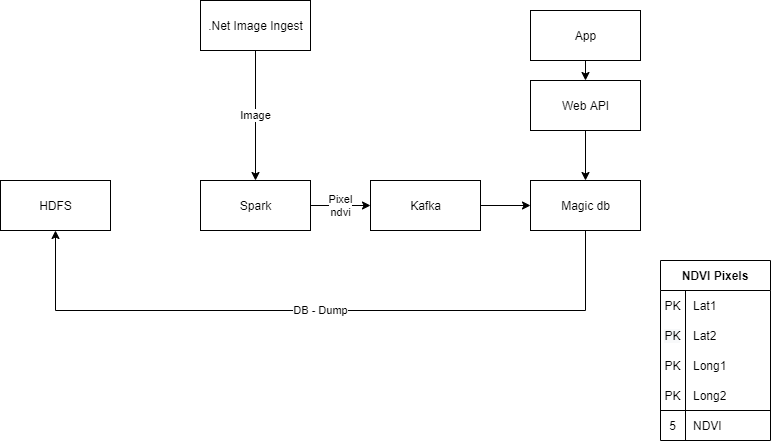
Above: Documentation/Images/Initial_Plan_Diagram.png in Hounsvad/Sem7Project (draw.io), before the change. Source tidied: cells renumbered, new cells last; positions are measured from the earlier drawing's top-left corner, leaving out a move shared by most shapes. Its diagram source:
```xml
<mxGraphModel background="#ffffff">
  <root>
    <mxCell id="0" />
    <mxCell id="1" parent="0" />
    <mxCell id="2" value="Image" style="edgeStyle=orthogonalEdgeStyle;rounded=0;jettySize=auto;html=1;exitX=0.5;exitY=1;exitDx=0;exitDy=0;entryX=0.5;entryY=0;entryDx=0;entryDy=0;" parent="1" edge="1" source="3" target="6">
      <mxGeometry relative="1" as="geometry" />
    </mxCell>
    <mxCell id="3" value=".Net Image Ingest" style="html=1;" parent="1" vertex="1">
      <mxGeometry x="200" width="110" height="50" as="geometry" />
    </mxCell>
    <mxCell id="4" value="HDFS" style="html=1;" parent="1" vertex="1">
      <mxGeometry y="180" width="110" height="50" as="geometry" />
    </mxCell>
    <mxCell id="5" value="Pixel&lt;br&gt;ndvi" style="edgeStyle=orthogonalEdgeStyle;rounded=0;jettySize=auto;html=1;exitX=1;exitY=0.5;exitDx=0;exitDy=0;entryX=0;entryY=0.5;entryDx=0;entryDy=0;" parent="1" edge="1" source="6" target="14">
      <mxGeometry relative="1" as="geometry" />
    </mxCell>
    <mxCell id="6" value="Spark" style="html=1;" parent="1" vertex="1">
      <mxGeometry x="200" y="180" width="110" height="50" as="geometry" />
    </mxCell>
    <mxCell id="7" value="DB - Dump" style="edgeStyle=orthogonalEdgeStyle;rounded=0;jettySize=auto;html=1;exitX=0.5;exitY=1;exitDx=0;exitDy=0;entryX=0.5;entryY=1;entryDx=0;entryDy=0;" parent="1" edge="1" source="8" target="4">
      <mxGeometry relative="1" as="geometry">
        <Array as="points">
          <mxPoint x="585" y="310" />
          <mxPoint x="55" y="310" />
        </Array>
      </mxGeometry>
    </mxCell>
    <mxCell id="8" value="Magic db" style="html=1;" parent="1" vertex="1">
      <mxGeometry x="530" y="180" width="110" height="50" as="geometry" />
    </mxCell>
    <mxCell id="9" style="edgeStyle=orthogonalEdgeStyle;rounded=0;jettySize=auto;html=1;exitX=0.5;exitY=1;exitDx=0;exitDy=0;entryX=0.5;entryY=0;entryDx=0;entryDy=0;" parent="1" edge="1" source="10" target="8">
      <mxGeometry relative="1" as="geometry" />
    </mxCell>
    <mxCell id="10" value="Web API" style="html=1;" parent="1" vertex="1">
      <mxGeometry x="530" y="80" width="110" height="50" as="geometry" />
    </mxCell>
    <mxCell id="11" style="edgeStyle=orthogonalEdgeStyle;rounded=0;jettySize=auto;html=1;exitX=0.5;exitY=1;exitDx=0;exitDy=0;entryX=0.5;entryY=0;entryDx=0;entryDy=0;" parent="1" edge="1" source="12" target="10">
      <mxGeometry relative="1" as="geometry" />
    </mxCell>
    <mxCell id="12" value="App" style="html=1;" parent="1" vertex="1">
      <mxGeometry x="530" y="10" width="110" height="50" as="geometry" />
    </mxCell>
    <mxCell id="13" style="edgeStyle=orthogonalEdgeStyle;rounded=0;jettySize=auto;html=1;exitX=1;exitY=0.5;exitDx=0;exitDy=0;entryX=0;entryY=0.5;entryDx=0;entryDy=0;" parent="1" edge="1" source="14" target="8">
      <mxGeometry relative="1" as="geometry" />
    </mxCell>
    <mxCell id="14" value="Kafka" style="html=1;" parent="1" vertex="1">
      <mxGeometry x="370" y="180" width="110" height="50" as="geometry" />
    </mxCell>
    <mxCell id="15" value="NDVI Pixels" style="shape=table;html=1;whiteSpace=wrap;startSize=30;rowLines=0;fontStyle=1;align=center;" parent="1" vertex="1">
      <mxGeometry x="660" y="260" width="110" height="180" as="geometry" />
    </mxCell>
    <mxCell id="16" style="shape=partialRectangle;html=1;whiteSpace=wrap;fillColor=none;top=0;left=0;bottom=1;right=0;strokeColor=none;" parent="15" vertex="1">
      <mxGeometry y="30" width="110" height="30" as="geometry" />
    </mxCell>
    <mxCell id="17" value="PK" style="shape=partialRectangle;html=1;whiteSpace=wrap;fillColor=none;top=0;left=0;bottom=0;right=0;overflow=hidden;" parent="16" vertex="1">
      <mxGeometry width="25" height="30" as="geometry" />
    </mxCell>
    <mxCell id="18" value="Lat1" style="shape=partialRectangle;html=1;whiteSpace=wrap;fillColor=none;top=0;left=0;bottom=0;right=0;align=left;spacingLeft=6;overflow=hidden;" parent="16" vertex="1">
      <mxGeometry x="25" width="85" height="30" as="geometry" />
    </mxCell>
    <mxCell id="19" style="shape=partialRectangle;html=1;whiteSpace=wrap;fillColor=none;top=0;left=0;bottom=0;right=0;" parent="15" vertex="1">
      <mxGeometry y="60" width="110" height="30" as="geometry" />
    </mxCell>
    <mxCell id="20" value="&lt;span style=&quot;color: rgb(0 , 0 , 0) ; font-family: &amp;#34;helvetica&amp;#34; ; font-size: 12px ; font-style: normal ; font-weight: 400 ; letter-spacing: normal ; text-align: center ; text-indent: 0px ; text-transform: none ; word-spacing: 0px ; background-color: rgb(248 , 249 , 250) ; display: inline ; float: none&quot;&gt;PK&lt;/span&gt;&lt;br&gt;" style="shape=partialRectangle;html=1;whiteSpace=wrap;fillColor=none;top=0;left=0;bottom=0;right=0;overflow=hidden;" parent="19" vertex="1">
      <mxGeometry width="25" height="30" as="geometry" />
    </mxCell>
    <mxCell id="21" value="Lat2" style="shape=partialRectangle;html=1;whiteSpace=wrap;fillColor=none;top=0;left=0;bottom=0;right=0;align=left;spacingLeft=6;overflow=hidden;" parent="19" vertex="1">
      <mxGeometry x="25" width="85" height="30" as="geometry" />
    </mxCell>
    <mxCell id="22" style="shape=partialRectangle;html=1;whiteSpace=wrap;fillColor=none;top=0;left=0;bottom=0;right=0;" parent="15" vertex="1">
      <mxGeometry y="90" width="110" height="30" as="geometry" />
    </mxCell>
    <mxCell id="23" value="PK" style="shape=partialRectangle;html=1;whiteSpace=wrap;fillColor=none;top=0;left=0;bottom=0;right=0;overflow=hidden;" parent="22" vertex="1">
      <mxGeometry width="25" height="30" as="geometry" />
    </mxCell>
    <mxCell id="24" value="Long1" style="shape=partialRectangle;html=1;whiteSpace=wrap;fillColor=none;top=0;left=0;bottom=0;right=0;align=left;spacingLeft=6;overflow=hidden;" parent="22" vertex="1">
      <mxGeometry x="25" width="85" height="30" as="geometry" />
    </mxCell>
    <mxCell id="25" style="shape=partialRectangle;html=1;whiteSpace=wrap;fillColor=none;top=0;left=0;bottom=0;right=0;" parent="15" vertex="1">
      <mxGeometry y="120" width="110" height="30" as="geometry" />
    </mxCell>
    <mxCell id="26" value="PK" style="shape=partialRectangle;html=1;whiteSpace=wrap;fillColor=none;top=0;left=0;bottom=0;right=0;overflow=hidden;" parent="25" vertex="1">
      <mxGeometry width="25" height="30" as="geometry" />
    </mxCell>
    <mxCell id="27" value="Long2" style="shape=partialRectangle;html=1;whiteSpace=wrap;fillColor=none;top=0;left=0;bottom=0;right=0;align=left;spacingLeft=6;overflow=hidden;" parent="25" vertex="1">
      <mxGeometry x="25" width="85" height="30" as="geometry" />
    </mxCell>
    <mxCell id="28" style="shape=partialRectangle;html=1;whiteSpace=wrap;fillColor=none;top=1;left=0;bottom=0;right=0;" parent="15" vertex="1">
      <mxGeometry y="150" width="110" height="30" as="geometry" />
    </mxCell>
    <mxCell id="29" value="5" style="shape=partialRectangle;html=1;whiteSpace=wrap;fillColor=none;top=0;left=0;bottom=0;right=0;overflow=hidden;" parent="28" vertex="1">
      <mxGeometry width="25" height="30" as="geometry" />
    </mxCell>
    <mxCell id="30" value="NDVI" style="shape=partialRectangle;html=1;whiteSpace=wrap;fillColor=none;top=0;left=0;bottom=0;right=0;align=left;spacingLeft=6;overflow=hidden;" parent="28" vertex="1">
      <mxGeometry x="25" width="85" height="30" as="geometry" />
    </mxCell>
  </root>
</mxGraphModel>
```
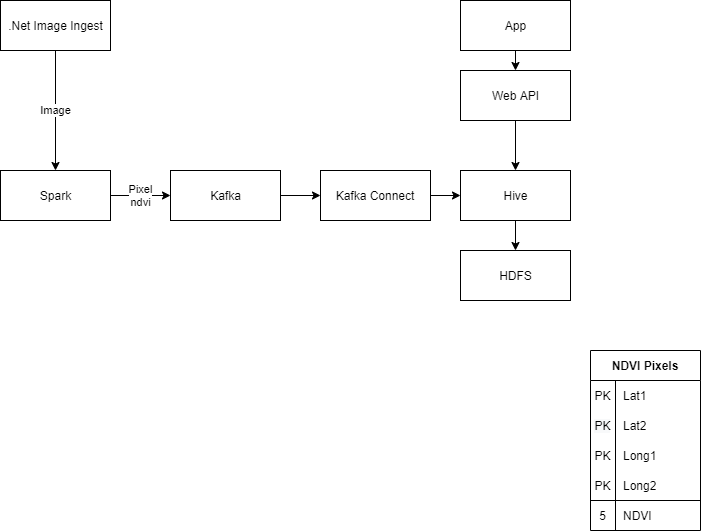
Above is the later version.

Commit message:
Updated diagram, Created ImageProcessor Interface method

Change to the diagram source:
```diff
@@ -6,26 +6,18 @@
       <mxGeometry relative="1" as="geometry" />
     </mxCell>
     <mxCell id="3" value=".Net Image Ingest" style="html=1;" parent="1" vertex="1">
-      <mxGeometry x="200" width="110" height="50" as="geometry" />
+      <mxGeometry x="70" y="10" width="110" height="50" as="geometry" />
     </mxCell>
     <mxCell id="4" value="HDFS" style="html=1;" parent="1" vertex="1">
-      <mxGeometry y="180" width="110" height="50" as="geometry" />
+      <mxGeometry x="530" y="260" width="110" height="50" as="geometry" />
     </mxCell>
     <mxCell id="5" value="Pixel&lt;br&gt;ndvi" style="edgeStyle=orthogonalEdgeStyle;rounded=0;jettySize=auto;html=1;exitX=1;exitY=0.5;exitDx=0;exitDy=0;entryX=0;entryY=0.5;entryDx=0;entryDy=0;" parent="1" edge="1" source="6" target="14">
       <mxGeometry relative="1" as="geometry" />
     </mxCell>
     <mxCell id="6" value="Spark" style="html=1;" parent="1" vertex="1">
-      <mxGeometry x="200" y="180" width="110" height="50" as="geometry" />
+      <mxGeometry x="70" y="180" width="110" height="50" as="geometry" />
     </mxCell>
-    <mxCell id="7" value="DB - Dump" style="edgeStyle=orthogonalEdgeStyle;rounded=0;jettySize=auto;html=1;exitX=0.5;exitY=1;exitDx=0;exitDy=0;entryX=0.5;entryY=1;entryDx=0;entryDy=0;" parent="1" edge="1" source="8" target="4">
-      <mxGeometry relative="1" as="geometry">
-        <Array as="points">
-          <mxPoint x="585" y="310" />
-          <mxPoint x="55" y="310" />
-        </Array>
-      </mxGeometry>
-    </mxCell>
-    <mxCell id="8" value="Magic db" style="html=1;" parent="1" vertex="1">
+    <mxCell id="8" value="Hive" style="html=1;" parent="1" vertex="1">
       <mxGeometry x="530" y="180" width="110" height="50" as="geometry" />
     </mxCell>
     <mxCell id="9" style="edgeStyle=orthogonalEdgeStyle;rounded=0;jettySize=auto;html=1;exitX=0.5;exitY=1;exitDx=0;exitDy=0;entryX=0.5;entryY=0;entryDx=0;entryDy=0;" parent="1" edge="1" source="10" target="8">
@@ -40,14 +32,14 @@
     <mxCell id="12" value="App" style="html=1;" parent="1" vertex="1">
       <mxGeometry x="530" y="10" width="110" height="50" as="geometry" />
     </mxCell>
-    <mxCell id="13" style="edgeStyle=orthogonalEdgeStyle;rounded=0;jettySize=auto;html=1;exitX=1;exitY=0.5;exitDx=0;exitDy=0;entryX=0;entryY=0.5;entryDx=0;entryDy=0;" parent="1" edge="1" source="14" target="8">
-      <mxGeometry relative="1" as="geometry" />
-    </mxCell>
+    <mxCell id="31" style="edgeStyle=orthogonalEdgeStyle;rounded=0;jettySize=auto;html=1;exitX=1;exitY=0.5;exitDx=0;exitDy=0;entryX=0;entryY=0.5;entryDx=0;entryDy=0;" parent="1" edge="1" source="14" target="33">
+      <mxGeometry relative="1" as="geometry" />
+    </mxCell>
     <mxCell id="14" value="Kafka" style="html=1;" parent="1" vertex="1">
-      <mxGeometry x="370" y="180" width="110" height="50" as="geometry" />
+      <mxGeometry x="240" y="180" width="110" height="50" as="geometry" />
     </mxCell>
     <mxCell id="15" value="NDVI Pixels" style="shape=table;html=1;whiteSpace=wrap;startSize=30;rowLines=0;fontStyle=1;align=center;" parent="1" vertex="1">
-      <mxGeometry x="660" y="260" width="110" height="180" as="geometry" />
+      <mxGeometry x="660" y="360" width="110" height="180" as="geometry" />
     </mxCell>
     <mxCell id="16" style="shape=partialRectangle;html=1;whiteSpace=wrap;fillColor=none;top=0;left=0;bottom=1;right=0;strokeColor=none;" parent="15" vertex="1">
       <mxGeometry y="30" width="110" height="30" as="geometry" />
@@ -94,5 +86,14 @@
     <mxCell id="30" value="NDVI" style="shape=partialRectangle;html=1;whiteSpace=wrap;fillColor=none;top=0;left=0;bottom=0;right=0;align=left;spacingLeft=6;overflow=hidden;" parent="28" vertex="1">
       <mxGeometry x="25" width="85" height="30" as="geometry" />
     </mxCell>
+    <mxCell id="7" style="endArrow=classic;html=1;exitX=0.5;exitY=1;exitDx=0;exitDy=0;" parent="1" edge="1" source="8" target="4">
+      <mxGeometry relative="1" as="geometry" />
+    </mxCell>
+    <mxCell id="32" style="edgeStyle=orthogonalEdgeStyle;rounded=0;jettySize=auto;html=1;exitX=1;exitY=0.5;exitDx=0;exitDy=0;entryX=0;entryY=0.5;entryDx=0;entryDy=0;" parent="1" edge="1" source="33" target="8">
+      <mxGeometry relative="1" as="geometry" />
+    </mxCell>
+    <mxCell id="33" value="Kafka Connect" style="rounded=0;whiteSpace=wrap;html=1;" parent="1" vertex="1">
+      <mxGeometry x="390" y="180" width="110" height="50" as="geometry" />
+    </mxCell>
   </root>
 </mxGraphModel>
```
